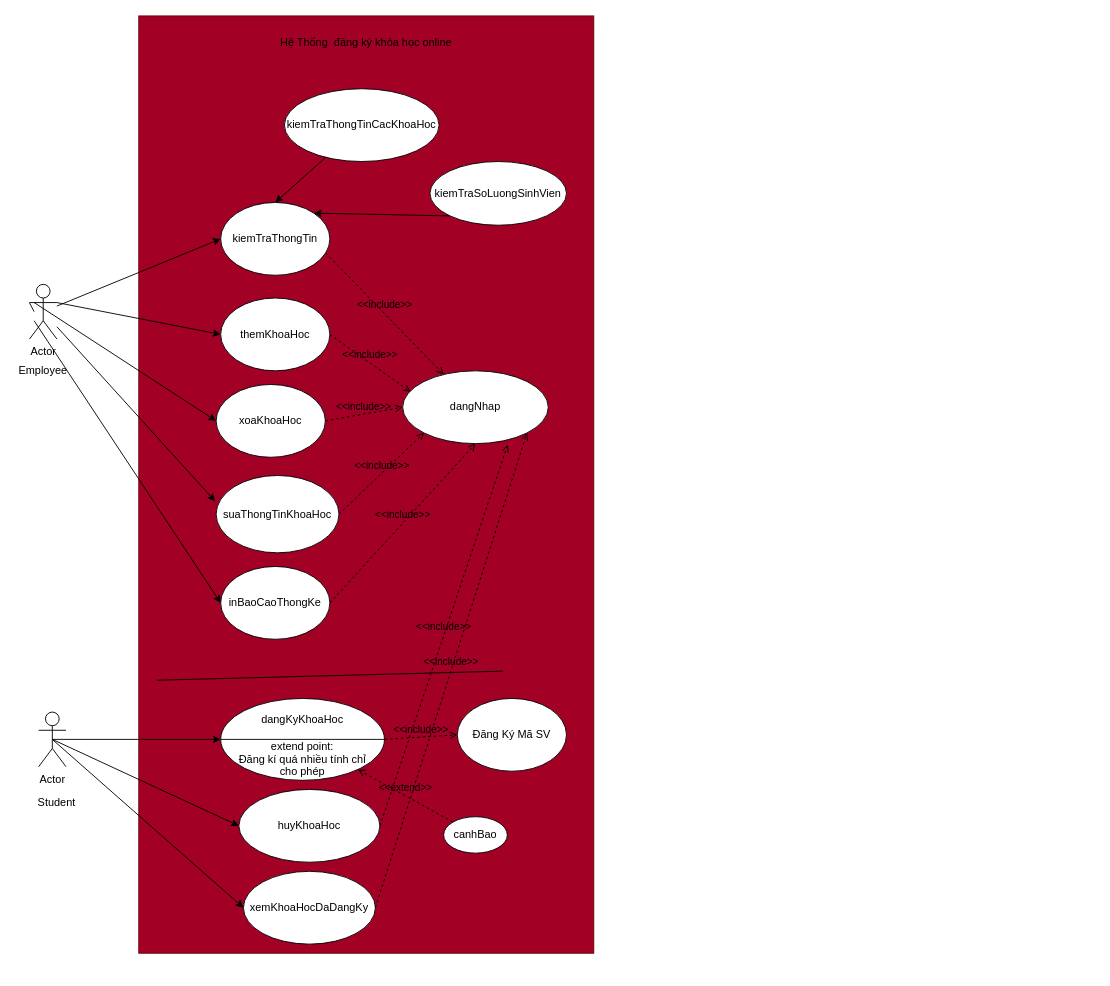
The draw.io diagram src/baitapuclab123/MoHinhUClap1.drawio in phongtruong2106/SE_Nhom2_K14DCPM02, before the edit. Source tidied: cells renumbered, new cells numbered last; positions are measured from the earlier drawing's top-left corner, leaving out a move shared by most shapes. Both pictures are drawn from the tidied source at 91%, with x=0, y=0 at pixel (15, 15).
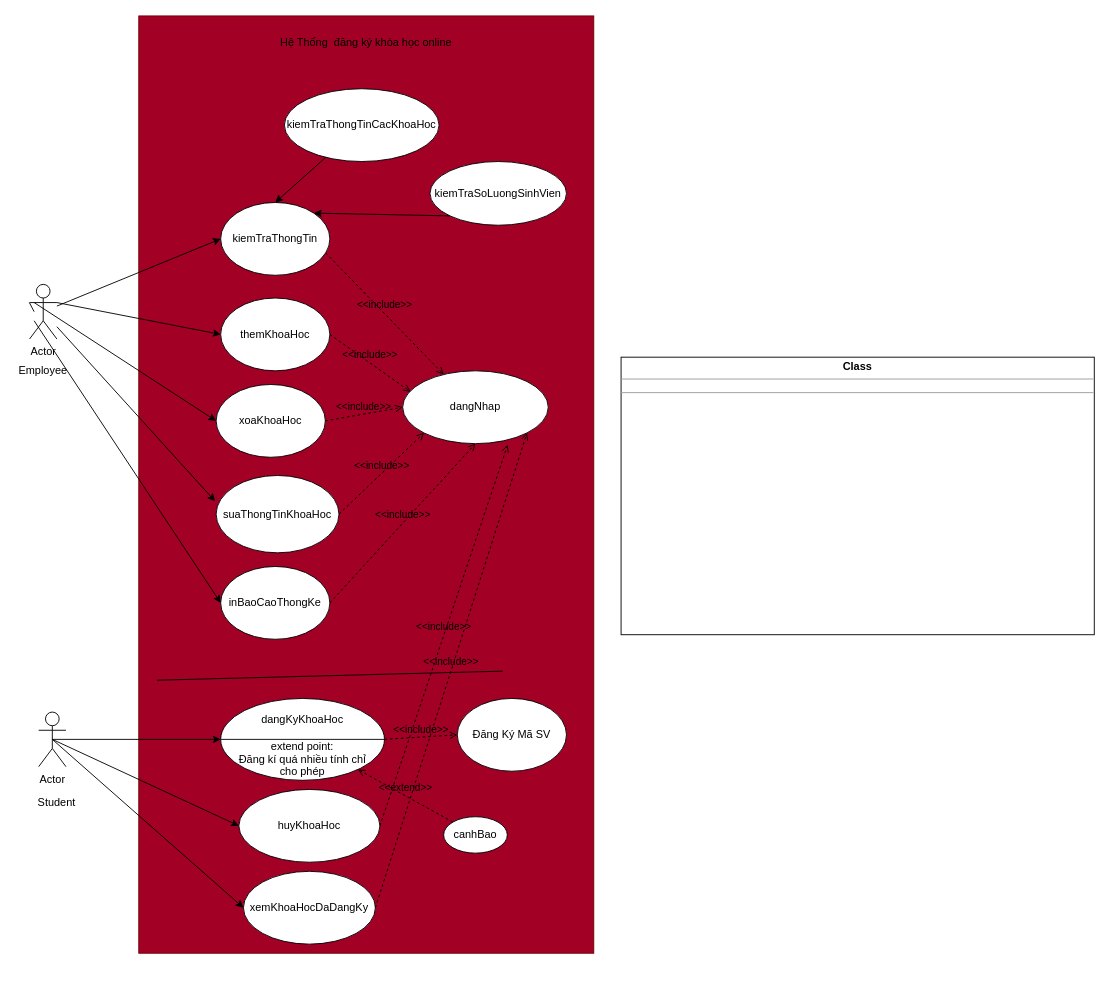
The same page after the edit.

What changed in the source:
```diff
@@
+    <mxCell id="43" value="&lt;p style=&quot;margin:0px;margin-top:4px;text-align:center;&quot;&gt;&lt;b&gt;Class&lt;/b&gt;&lt;/p&gt;&lt;hr size=&quot;1&quot;/&gt;&lt;div style=&quot;height:2px;&quot;&gt;&lt;/div&gt;&lt;hr size=&quot;1&quot;/&gt;&lt;div style=&quot;height:2px;&quot;&gt;&lt;/div&gt;" style="verticalAlign=top;align=left;overflow=fill;fontSize=12;fontFamily=Helvetica;html=1;" parent="1" vertex="1">
+      <mxGeometry x="665" y="375" width="520" height="305" as="geometry" />
+    </mxCell>
```
